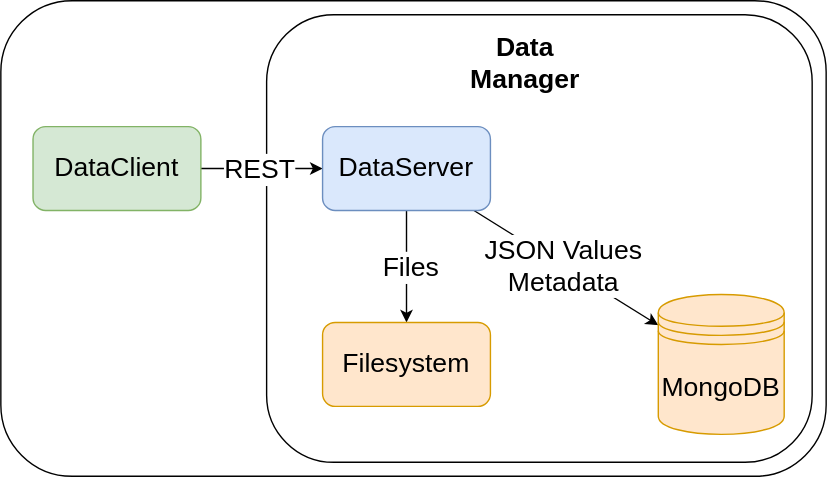
Before: src/madsci_data_manager/assets/data_manager.drawio.svg, a diagram exported from draw.io (AD-SDL/MADSci). Source tidied: cells renumbered, new cells last; positions are measured from the earlier drawing's top-left corner, leaving out a move shared by most shapes. The source it was exported from:
```xml
<mxGraphModel>
  <root>
    <mxCell id="0" />
    <mxCell id="1" parent="0" />
    <mxCell id="2" style="rounded=1;whiteSpace=wrap;html=1;fontSize=19;" parent="1" vertex="1">
      <mxGeometry width="590" height="340" as="geometry" />
    </mxCell>
    <mxCell id="3" style="rounded=1;whiteSpace=wrap;html=1;fontSize=19;" parent="1" vertex="1">
      <mxGeometry x="190" y="10" width="390" height="320" as="geometry" />
    </mxCell>
    <mxCell id="4" style="edgeStyle=none;html=1;fontSize=19;" parent="1" edge="1" source="5" target="10">
      <mxGeometry relative="1" as="geometry" />
    </mxCell>
    <mxCell id="5" value="DataClient" style="rounded=1;whiteSpace=wrap;html=1;fillColor=#d5e8d4;strokeColor=#82b366;fontSize=19;" parent="1" vertex="1">
      <mxGeometry x="23" y="90" width="120" height="60" as="geometry" />
    </mxCell>
    <mxCell id="6" style="edgeStyle=none;html=1;fontSize=19;" parent="1" edge="1" source="10" target="12">
      <mxGeometry relative="1" as="geometry" />
    </mxCell>
    <mxCell id="7" value="Files" style="edgeLabel;html=1;align=center;verticalAlign=middle;fontSize=19;" parent="6" vertex="1">
      <mxGeometry x="0.01" y="2" relative="1" as="geometry" />
    </mxCell>
    <mxCell id="8" style="edgeStyle=none;html=1;fontSize=19;" parent="1" edge="1" source="10" target="13">
      <mxGeometry relative="1" as="geometry" />
    </mxCell>
    <mxCell id="9" value="JSON Values&lt;div&gt;Metadata&lt;/div&gt;" style="edgeLabel;html=1;align=center;verticalAlign=middle;fontSize=19;" parent="8" vertex="1">
      <mxGeometry x="-0.05" relative="1" as="geometry" />
    </mxCell>
    <mxCell id="10" value="DataServer" style="rounded=1;whiteSpace=wrap;html=1;fillColor=#dae8fc;strokeColor=#6c8ebf;fontSize=19;" parent="1" vertex="1">
      <mxGeometry x="230" y="90" width="120" height="60" as="geometry" />
    </mxCell>
    <mxCell id="11" value="Data Manager" style="text;html=1;align=center;verticalAlign=middle;whiteSpace=wrap;rounded=0;fontSize=19;fontStyle=1;" parent="1" vertex="1">
      <mxGeometry x="345" y="30" width="60" height="30" as="geometry" />
    </mxCell>
    <mxCell id="12" value="Filesystem" style="rounded=1;whiteSpace=wrap;html=1;fillColor=#ffe6cc;strokeColor=#d79b00;fontSize=19;" parent="1" vertex="1">
      <mxGeometry x="230" y="230" width="120" height="60" as="geometry" />
    </mxCell>
    <mxCell id="13" value="MongoDB" style="shape=datastore;whiteSpace=wrap;html=1;fillColor=#ffe6cc;strokeColor=#d79b00;fontSize=19;" parent="1" vertex="1">
      <mxGeometry x="470" y="210" width="90" height="100" as="geometry" />
    </mxCell>
    <mxCell id="14" value="REST" style="edgeLabel;html=1;align=center;verticalAlign=middle;fontSize=19;" parent="1" vertex="1">
      <mxGeometry x="180" y="120" as="geometry">
        <mxPoint x="4" as="offset" />
      </mxGeometry>
    </mxCell>
  </root>
</mxGraphModel>
```
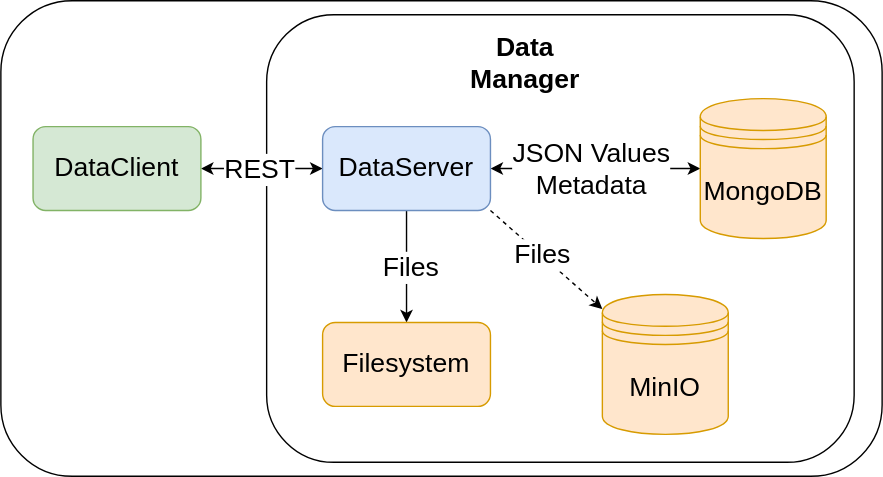
After the commit.

What changed in the source:
```diff
@@ -3,12 +3,12 @@
     <mxCell id="0" />
     <mxCell id="1" parent="0" />
     <mxCell id="2" style="rounded=1;whiteSpace=wrap;html=1;fontSize=19;" parent="1" vertex="1">
-      <mxGeometry width="590" height="340" as="geometry" />
+      <mxGeometry width="630" height="340" as="geometry" />
     </mxCell>
     <mxCell id="3" style="rounded=1;whiteSpace=wrap;html=1;fontSize=19;" parent="1" vertex="1">
-      <mxGeometry x="190" y="10" width="390" height="320" as="geometry" />
+      <mxGeometry x="190" y="10" width="420" height="320" as="geometry" />
     </mxCell>
-    <mxCell id="4" style="edgeStyle=none;html=1;fontSize=19;" parent="1" edge="1" source="5" target="10">
+    <mxCell id="4" style="edgeStyle=none;html=1;fontSize=19;startArrow=classic;startFill=1;" parent="1" edge="1" source="5" target="10">
       <mxGeometry relative="1" as="geometry" />
     </mxCell>
     <mxCell id="5" value="DataClient" style="rounded=1;whiteSpace=wrap;html=1;fillColor=#d5e8d4;strokeColor=#82b366;fontSize=19;" parent="1" vertex="1">
@@ -20,12 +20,18 @@
     <mxCell id="7" value="Files" style="edgeLabel;html=1;align=center;verticalAlign=middle;fontSize=19;" parent="6" vertex="1">
       <mxGeometry x="0.01" y="2" relative="1" as="geometry" />
     </mxCell>
-    <mxCell id="8" style="edgeStyle=none;html=1;fontSize=19;" parent="1" edge="1" source="10" target="13">
+    <mxCell id="8" style="edgeStyle=none;html=1;fontSize=19;startArrow=classic;startFill=1;" parent="1" edge="1" source="10" target="13">
       <mxGeometry relative="1" as="geometry" />
     </mxCell>
     <mxCell id="9" value="JSON Values&lt;div&gt;Metadata&lt;/div&gt;" style="edgeLabel;html=1;align=center;verticalAlign=middle;fontSize=19;" parent="8" vertex="1">
       <mxGeometry x="-0.05" relative="1" as="geometry" />
     </mxCell>
+    <mxCell id="15" style="edgeStyle=none;html=1;exitX=1;exitY=1;exitDx=0;exitDy=0;dashed=1;" parent="1" edge="1" source="10" target="17">
+      <mxGeometry relative="1" as="geometry" />
+    </mxCell>
+    <mxCell id="16" value="Files" style="edgeLabel;html=1;align=center;verticalAlign=middle;fontSize=19;" parent="15" vertex="1">
+      <mxGeometry x="-0.1" relative="1" as="geometry" />
+    </mxCell>
     <mxCell id="10" value="DataServer" style="rounded=1;whiteSpace=wrap;html=1;fillColor=#dae8fc;strokeColor=#6c8ebf;fontSize=19;" parent="1" vertex="1">
       <mxGeometry x="230" y="90" width="120" height="60" as="geometry" />
     </mxCell>
@@ -36,12 +42,15 @@
       <mxGeometry x="230" y="230" width="120" height="60" as="geometry" />
     </mxCell>
     <mxCell id="13" value="MongoDB" style="shape=datastore;whiteSpace=wrap;html=1;fillColor=#ffe6cc;strokeColor=#d79b00;fontSize=19;" parent="1" vertex="1">
-      <mxGeometry x="470" y="210" width="90" height="100" as="geometry" />
+      <mxGeometry x="500" y="70" width="90" height="100" as="geometry" />
     </mxCell>
     <mxCell id="14" value="REST" style="edgeLabel;html=1;align=center;verticalAlign=middle;fontSize=19;" parent="1" vertex="1">
       <mxGeometry x="180" y="120" as="geometry">
         <mxPoint x="4" as="offset" />
       </mxGeometry>
     </mxCell>
+    <mxCell id="17" value="MinIO" style="shape=datastore;whiteSpace=wrap;html=1;fillColor=#ffe6cc;strokeColor=#d79b00;fontSize=19;" parent="1" vertex="1">
+      <mxGeometry x="430" y="210" width="90" height="100" as="geometry" />
+    </mxCell>
   </root>
 </mxGraphModel>
```
